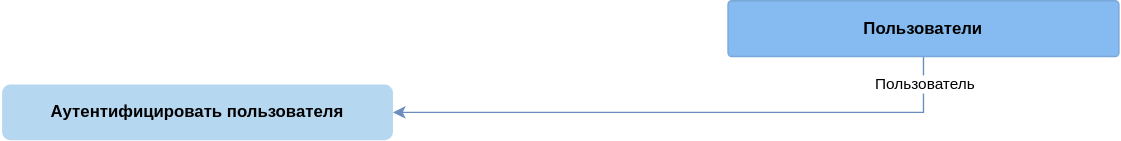
Earlier version of the draw.io export azhidkov.pro/content/effects-diagram/images/spec/operation-resource-ro.svg (d-r-q/developing-ergonomic-code). Source tidied: cells renumbered, new cells last; positions are measured from the earlier drawing's top-left corner, leaving out a move shared by most shapes.
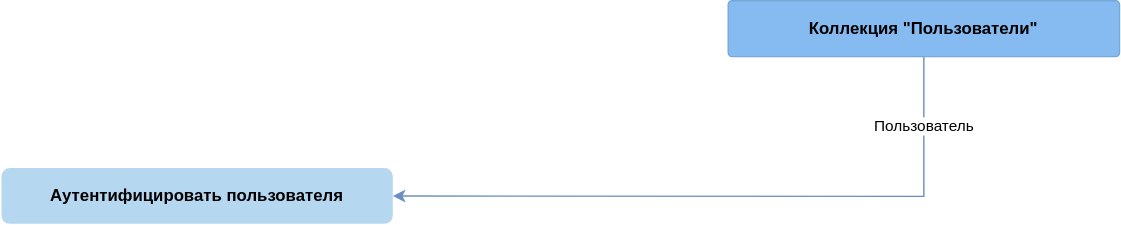
After the change.

Change to the diagram source:
```diff
@@ -3,23 +3,23 @@
     <mxCell id="0" />
     <mxCell id="1" parent="0" />
     <mxCell id="2" value="Аутентифицировать пользователя" style="rounded=1;whiteSpace=wrap;html=1;fillColor=#B6D7F0;strokeColor=none;fontStyle=1;" parent="1" vertex="1">
-      <mxGeometry y="60" width="280" height="40" as="geometry" />
+      <mxGeometry y="99.7" width="280" height="40" as="geometry" />
     </mxCell>
     <mxCell id="3" style="edgeStyle=none;rounded=0;jettySize=auto;html=1;fillColor=#dae8fc;strokeColor=#6c8ebf;" parent="1" edge="1" source="5" target="2">
       <mxGeometry relative="1" as="geometry">
         <Array as="points">
-          <mxPoint x="660" y="80" />
+          <mxPoint x="660" y="120" />
         </Array>
       </mxGeometry>
     </mxCell>
     <mxCell id="4" value="Пользователь" style="edgeLabel;html=1;align=center;verticalAlign=middle;rounded=0;" parent="3" vertex="1">
       <mxGeometry x="0.06" y="-3" relative="1" as="geometry">
-        <mxPoint x="183" y="-17" as="offset" />
+        <mxPoint x="154" y="-47" as="offset" />
       </mxGeometry>
     </mxCell>
-    <object id="5" label="&lt;b&gt;Пользователи&lt;br&gt;&lt;/b&gt;" c4Description="Description" c4Name="name" c4Technology="technology" c4Type="Component" placeholders="1">
+    <object id="5" label="&lt;b&gt;Коллекция &quot;Пользователи&quot;&lt;br&gt;&lt;/b&gt;" c4Description="Description" c4Name="name" c4Technology="technology" c4Type="Component" placeholders="1">
       <mxCell style="rounded=1;whiteSpace=wrap;html=1;labelBackgroundColor=none;fillColor=#85bbf0;fontColor=#000000;align=center;arcSize=7;strokeColor=#78a8d8;" parent="1" vertex="1">
-        <mxGeometry x="520" width="280" height="40" as="geometry" />
+        <mxGeometry x="520" y="-20" width="280" height="40" as="geometry" />
       </mxCell>
     </object>
   </root>
```
